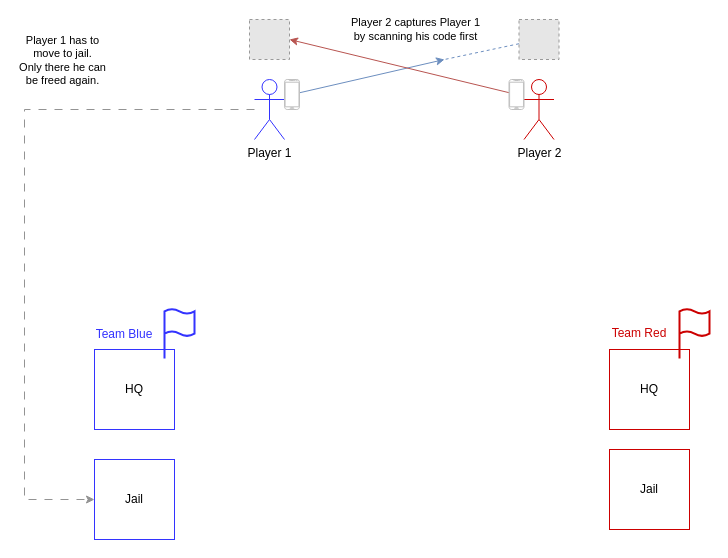
Before: concept/Use Case 001.drawio in Hg347/ctf-rush, a draw.io diagram. Source tidied: cells renumbered, new cells numbered last; positions are measured from the earlier drawing's top-left corner, leaving out a move shared by most shapes. Both pictures are drawn from the tidied source at 100%, with x=0, y=0 at pixel (24, 19). Pictures stored in the file or linked from it are replaced by grey dashed boxes.
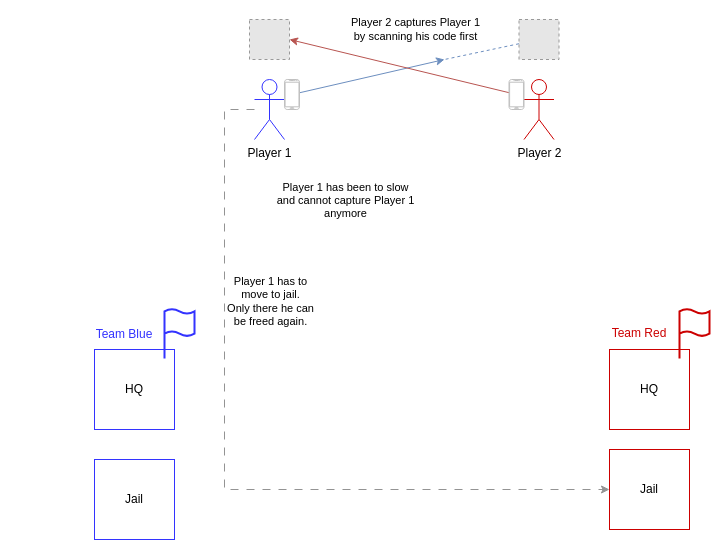
After the change.

The change refers to these unchanged cells:
```xml
<mxCell id="4" value="Player 1" style="shape=umlActor;verticalLabelPosition=bottom;verticalAlign=top;html=1;outlineConnect=0;strokeColor=#3333FF;" parent="1" vertex="1">
  <mxGeometry x="230" y="60" width="30" height="60" as="geometry" />
</mxCell>
<mxCell id="13" value="Jail" style="whiteSpace=wrap;html=1;strokeColor=#3333FF;" parent="1" vertex="1">
  <mxGeometry x="70" y="440" width="80" height="80" as="geometry" />
</mxCell>
<mxCell id="14" value="Jail" style="whiteSpace=wrap;html=1;strokeColor=#CC0000;" parent="1" vertex="1">
  <mxGeometry x="585" y="430" width="80" height="80" as="geometry" />
</mxCell>
```

What changed in the source:
```diff
@@
-    <mxCell id="2" style="edgeStyle=orthogonalEdgeStyle;rounded=0;jettySize=auto;html=1;entryX=0;entryY=0.5;entryDx=0;entryDy=0;dashed=1;dashPattern=8 8;fillColor=#f5f5f5;strokeColor=#939393;" parent="1" edge="1" source="4" target="13">
+    <mxCell id="2" style="edgeStyle=orthogonalEdgeStyle;rounded=0;jettySize=auto;html=1;dashed=1;dashPattern=8 8;fillColor=#f5f5f5;strokeColor=#939393;entryX=0;entryY=0.5;entryDx=0;entryDy=0;" parent="1" edge="1" source="4" target="14">
       <mxGeometry relative="1" as="geometry">
         <Array as="points">
-          <mxPoint y="90" />
-          <mxPoint y="480" />
+          <mxPoint x="200" y="90" />
+          <mxPoint x="200" y="470" />
         </Array>
       </mxGeometry>
     </mxCell>
     <mxCell id="3" value="Player 1 has to &lt;br&gt;move to jail.&lt;br&gt;Only there he can &lt;br&gt;be freed again." style="edgeLabel;html=1;align=center;verticalAlign=middle;" parent="2" vertex="1">
       <mxGeometry x="-0.44" y="5" relative="1" as="geometry">
-        <mxPoint y="-55" as="offset" />
+        <mxPoint x="40" y="-2" as="offset" />
       </mxGeometry>
     </mxCell>
@@
+    <mxCell id="22" value="Player 1 has been to slow &lt;br&gt;and cannot capture Player 1 &lt;br&gt;anymore" style="edgeLabel;html=1;align=center;verticalAlign=middle;" parent="1" vertex="1">
+      <mxGeometry x="320" y="180" as="geometry" />
+    </mxCell>
```
